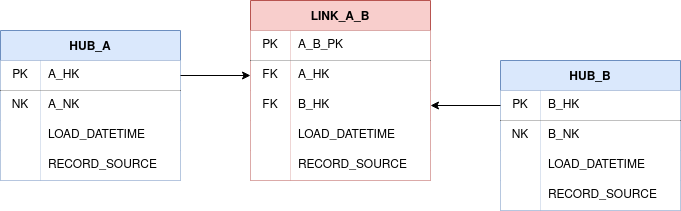
Datavault-UK/automate-dv-docs keeps this draw.io diagram as docs/assets/images/basic_hub_link.png. Above is the earlier version. Source tidied: cells renumbered, new cells last; positions are measured from the earlier drawing's top-left corner, leaving out a move shared by most shapes.
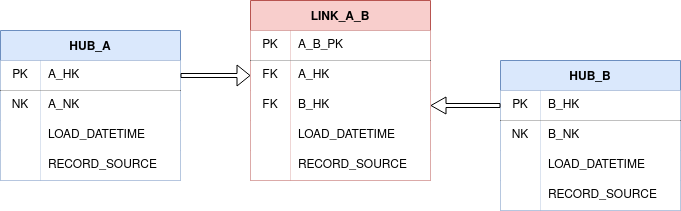
After the commit.

Commit message:
Fixed colour of arrows in basic_hub_link.png

Made the arrows white with a black outline so they are visible in both light and dark mode. This is present in both .png and .drawio files.

Diff of the diagram source:
```diff
@@ -89,7 +89,7 @@
     <mxCell id="30" value="RECORD_SOURCE" style="shape=partialRectangle;html=1;whiteSpace=wrap;fillColor=default;top=0;left=0;bottom=0;right=0;align=left;spacingLeft=6;overflow=hidden;" parent="28" vertex="1">
       <mxGeometry x="40" width="140" height="30" as="geometry" />
     </mxCell>
-    <mxCell id="31" style="edgeStyle=orthogonalEdgeStyle;rounded=0;jettySize=auto;html=1;exitX=1;exitY=0.5;exitDx=0;exitDy=0;entryX=0;entryY=0.5;entryDx=0;entryDy=0;labelBackgroundColor=default;" parent="1" edge="1" source="3" target="19">
+    <mxCell id="31" style="edgeStyle=orthogonalEdgeStyle;rounded=0;jettySize=auto;html=1;exitX=1;exitY=0.5;exitDx=0;exitDy=0;entryX=0;entryY=0.5;entryDx=0;entryDy=0;labelBackgroundColor=default;shape=flexArrow;width=4;endSize=4;endWidth=16;fillColor=#FFFFFF;startArrow=none;startFill=0;" parent="1" edge="1" source="3" target="19">
       <mxGeometry relative="1" as="geometry" />
     </mxCell>
     <mxCell id="32" value="HUB_B" style="shape=table;startSize=30;rowLines=0;fontStyle=1;align=center;fillColor=#dae8fc;strokeColor=#6c8ebf;swimlaneFillColor=none;" parent="1" vertex="1">
@@ -131,7 +131,7 @@
     <mxCell id="44" value="RECORD_SOURCE" style="shape=partialRectangle;html=1;whiteSpace=wrap;fillColor=default;top=0;left=0;bottom=0;right=0;align=left;spacingLeft=6;overflow=hidden;" parent="42" vertex="1">
       <mxGeometry x="40" width="140" height="30" as="geometry" />
     </mxCell>
-    <mxCell id="45" style="edgeStyle=orthogonalEdgeStyle;rounded=0;jettySize=auto;html=1;exitX=0;exitY=0.5;exitDx=0;exitDy=0;entryX=1;entryY=0.5;entryDx=0;entryDy=0;" parent="1" edge="1" source="33" target="22">
+    <mxCell id="45" style="edgeStyle=orthogonalEdgeStyle;rounded=0;jettySize=auto;html=1;exitX=0;exitY=0.5;exitDx=0;exitDy=0;entryX=1;entryY=0.5;entryDx=0;entryDy=0;shape=flexArrow;endWidth=12;endSize=4.67;width=4;fillColor=#FFFFFF;" parent="1" edge="1" source="33" target="22">
       <mxGeometry relative="1" as="geometry" />
     </mxCell>
   </root>
```
